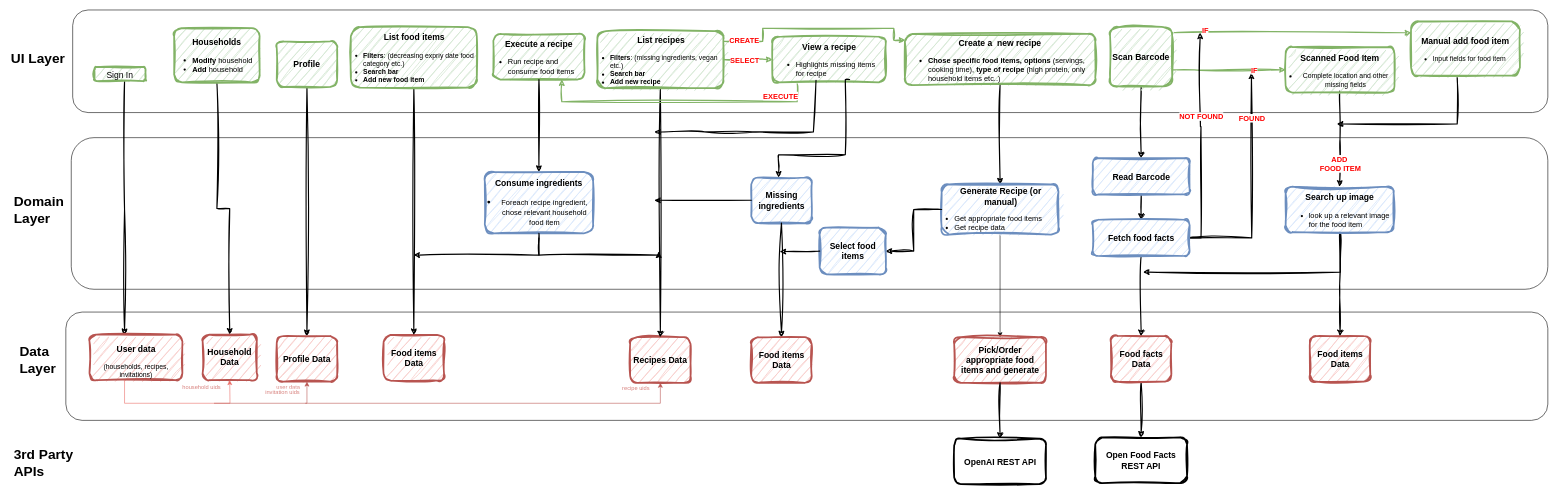
The draw.io diagram page "Total View" (4 of 4) of docs/ArchitectureDiagram/ArchitectureDiagram.drawio in commit-crimes/shelf-life, before the edit. Source tidied: cells renumbered, new cells numbered last; positions are measured from the earlier drawing's top-left corner, leaving out a move shared by most shapes. Both pictures are drawn from the tidied source at 57%, with x=0, y=0 at pixel (10, 10).
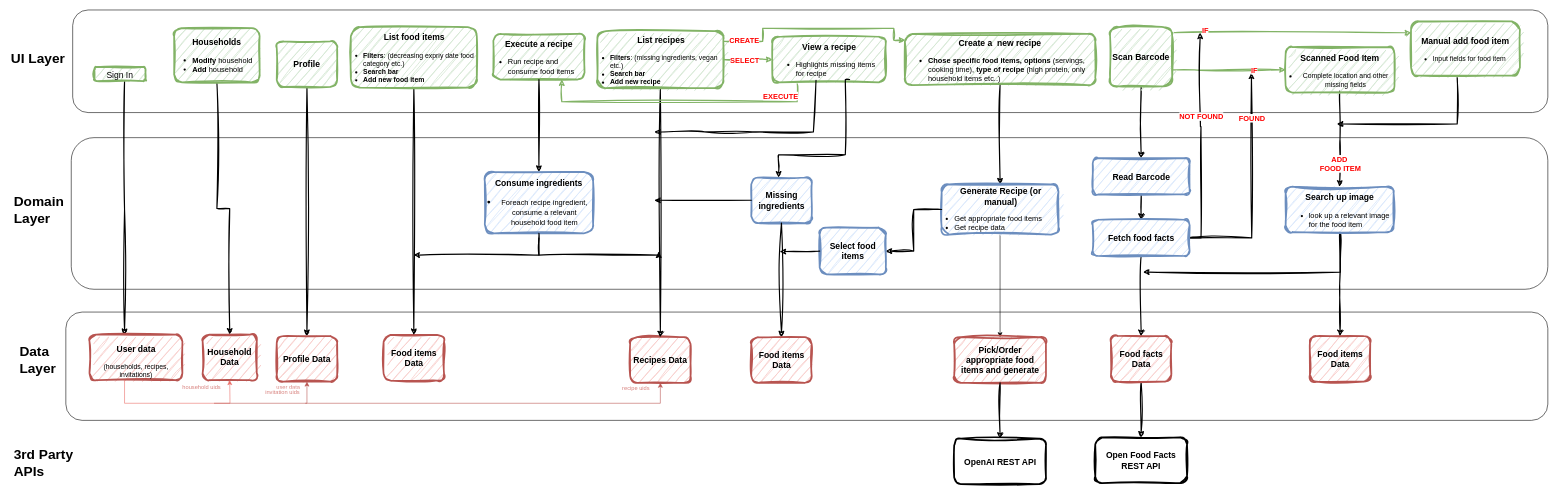
Above is the later version.

Commit message:
docs: update architecture diagram

What changed in the source:
```diff
@@
-    <mxCell id="79" value="&lt;h3 style=&quot;font-size: 15px;&quot;&gt;Consume ingredients&lt;/h3&gt;&lt;h3 style=&quot;font-size: 15px;&quot;&gt;&lt;ul style=&quot;padding-left: 20px;&quot;&gt;&lt;li&gt;&lt;span style=&quot;font-size: 13px; text-align: left; background-color: initial; font-weight: normal;&quot;&gt;Foreach recipe ingredient, chose relevant household food item&lt;/span&gt;&lt;/li&gt;&lt;/ul&gt;&lt;/h3&gt;" style="rounded=1;whiteSpace=wrap;html=1;fillColor=#dae8fc;strokeColor=#6c8ebf;fillStyle=hatch;strokeWidth=3;perimeterSpacing=0;sketch=1;curveFitting=1;jiggle=2;" parent="1" vertex="1">
+    <mxCell id="79" value="&lt;h3 style=&quot;font-size: 15px;&quot;&gt;Consume ingredients&lt;/h3&gt;&lt;h3 style=&quot;font-size: 15px;&quot;&gt;&lt;ul style=&quot;padding-left: 20px;&quot;&gt;&lt;li&gt;&lt;span style=&quot;font-size: 13px; text-align: left; background-color: initial; font-weight: normal;&quot;&gt;Foreach recipe ingredient, consume a relevant household food item&lt;/span&gt;&lt;/li&gt;&lt;/ul&gt;&lt;/h3&gt;" style="rounded=1;whiteSpace=wrap;html=1;fillColor=#dae8fc;strokeColor=#6c8ebf;fillStyle=hatch;strokeWidth=3;perimeterSpacing=0;sketch=1;curveFitting=1;jiggle=2;" parent="1" vertex="1">
       <mxGeometry x="833" y="284" width="190" height="108" as="geometry" />
     </mxCell>
```
